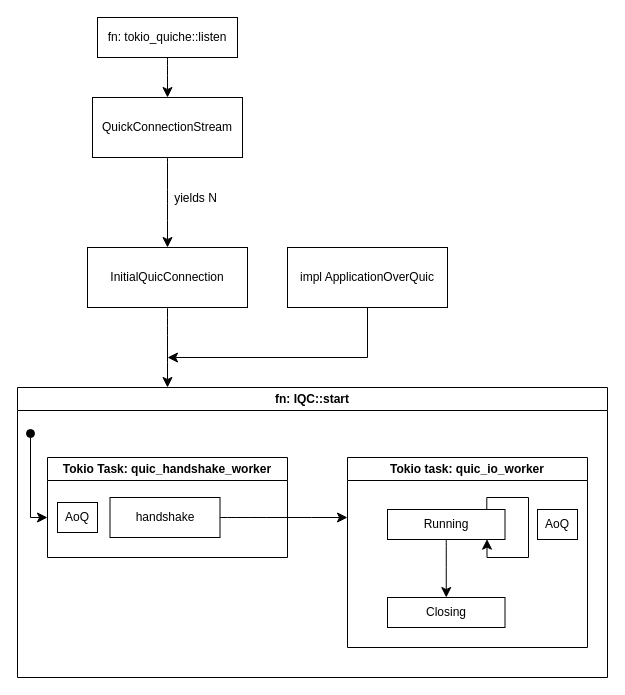
cloudflare/quiche keeps this draw.io diagram as page "Page-1" (1 of 2) of tokio-quiche/docs/arch.drawio. Above is the earlier version. Source tidied: cells renumbered, new cells numbered last; positions are measured from the earlier drawing's top-left corner, leaving out a move shared by most shapes. Both pictures are drawn from the tidied source at 100%, with x=0, y=0 at pixel (17, 17).
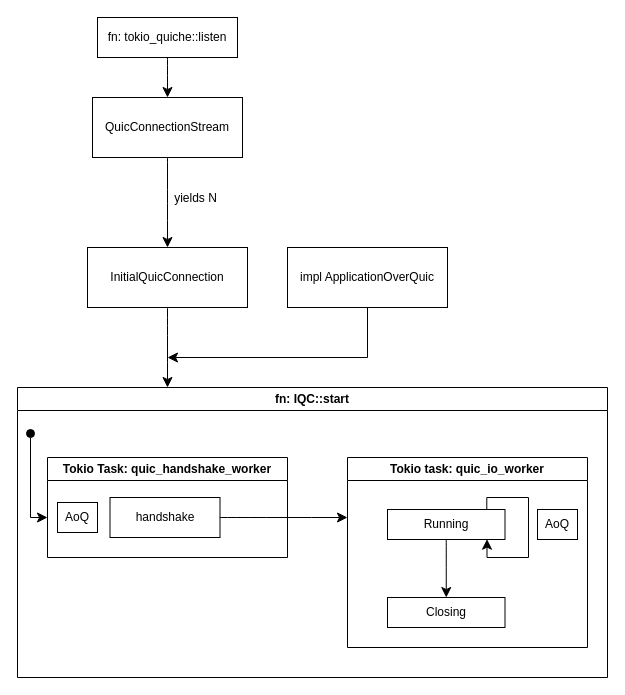
The same diagram, later.

Commit message (it also covers changes not shown here):
Fix typo in diagram

Change to the diagram source:
```diff
@@
-    <mxCell id="6" value="QuickConnectionStream" style="rounded=0;whiteSpace=wrap;html=1;" parent="1" vertex="1">
+    <mxCell id="6" value="QuicConnectionStream" style="rounded=0;whiteSpace=wrap;html=1;" parent="1" vertex="1">
       <mxGeometry x="75" y="80" width="150" height="60" as="geometry" />
     </mxCell>
```
